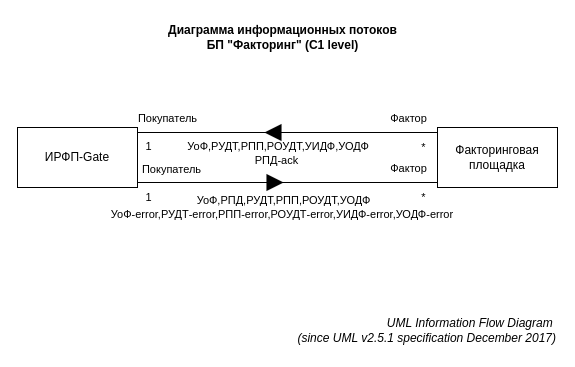
Tonop/X5 keeps this draw.io diagram as IFD_Factor-IRFP-Gate.drawio. Above is the earlier version. Source tidied: cells renumbered, new cells numbered last; positions are measured from the earlier drawing's top-left corner, leaving out a move shared by most shapes. Both pictures are drawn from the tidied source at 100%, with x=0, y=0 at pixel (17, 17).
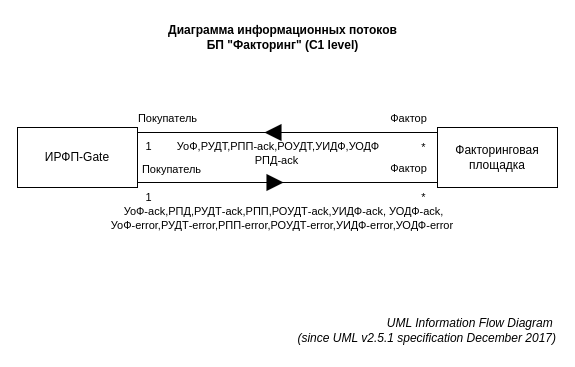
The same diagram, later.

The change refers to these unchanged cells:
```xml
<mxCell id="4" style="endArrow=none;html=1;rounded=0;strokeColor=default;startArrow=block;startFill=1;endFill=0;labelPosition=center;verticalLabelPosition=bottom;align=center;verticalAlign=top;flowAnimation=0;targetPerimeterSpacing=0;strokeWidth=0;endSize=0;sourcePerimeterSpacing=0;startSize=17;jumpStyle=none;jumpSize=0;" parent="1" edge="1">
  <mxGeometry relative="1" as="geometry">
    <mxPoint x="247" y="115" as="sourcePoint" />
    <mxPoint x="397" y="115" as="targetPoint" />
  </mxGeometry>
</mxCell>
<mxCell id="10" style="endArrow=block;html=1;rounded=0;strokeColor=default;startArrow=none;startFill=0;endFill=1;labelPosition=center;verticalLabelPosition=bottom;align=center;verticalAlign=top;flowAnimation=0;targetPerimeterSpacing=0;strokeWidth=0;endSize=17;sourcePerimeterSpacing=0;startSize=0;jumpStyle=none;jumpSize=0;" parent="1" edge="1">
  <mxGeometry relative="1" as="geometry">
    <mxPoint x="120" y="165" as="sourcePoint" />
    <mxPoint x="266" y="165" as="targetPoint" />
  </mxGeometry>
</mxCell>
```

What changed in the source:
```diff
@@
-    <mxCell id="5" value="&amp;nbsp;УоФ,РУДТ,РПП,РОУДТ,УИДФ,УОДФ&lt;br&gt;РПД-ack" style="edgeLabel;html=1;align=center;verticalAlign=middle;labelPosition=left;verticalLabelPosition=middle;labelBackgroundColor=none;" parent="4" vertex="1">
+    <mxCell id="5" value="&amp;nbsp;УоФ,РУДТ,РПП-ack,РОУДТ,УИДФ,УОДФ&lt;br&gt;РПД-ack" style="edgeLabel;html=1;align=center;verticalAlign=middle;labelPosition=left;verticalLabelPosition=middle;labelBackgroundColor=none;" parent="4" vertex="1">
       <mxGeometry relative="1" as="geometry">
         <mxPoint x="-64" y="20" as="offset" />
       </mxGeometry>
     </mxCell>
@@
-    <mxCell id="11" value="УоФ,РПД,РУДТ,РПП,РОУДТ,УОДФ&lt;br&gt;УоФ-error,РУДТ-error,РПП-error,РОУДТ-error,УИДФ-error,УОДФ-error&amp;nbsp;" style="edgeLabel;html=1;align=center;verticalAlign=middle;labelPosition=left;verticalLabelPosition=middle;labelBackgroundColor=none;" parent="10" vertex="1">
+    <mxCell id="11" value="УоФ-ack,РПД,РУДТ-ack,РПП,РОУДТ-ack,УИДФ-ack, УОДФ-ack,&lt;br&gt;УоФ-error,РУДТ-error,РПП-error,РОУДТ-error,УИДФ-error,УОДФ-error&amp;nbsp;" style="edgeLabel;html=1;align=center;verticalAlign=middle;labelPosition=left;verticalLabelPosition=middle;labelBackgroundColor=none;" parent="10" vertex="1">
       <mxGeometry relative="1" as="geometry">
-        <mxPoint x="72" y="24" as="offset" />
+        <mxPoint x="72" y="35" as="offset" />
       </mxGeometry>
     </mxCell>
```
